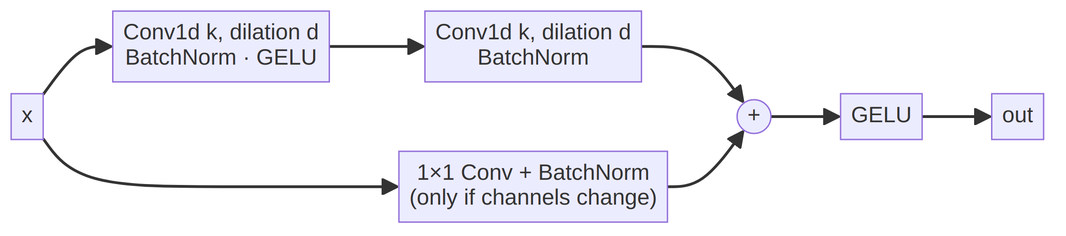
Chethan616/xai keeps this Mermaid diagram as docs/diagrams/residual_block.png. Above is the earlier version. Its source is kept beside it as docs/diagrams/residual_block.mmd.
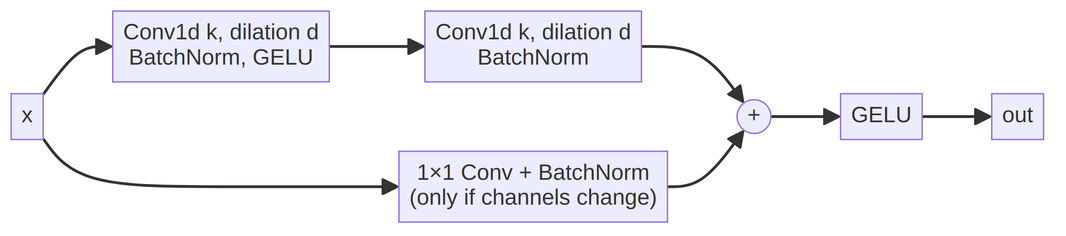
The same file after the commit.

Change to the diagram source:
```diff
@@ -1,3 +1,3 @@
 flowchart LR
-    x["x"] --> c1["Conv1d k, dilation d<br/>BatchNorm · GELU"] --> c2["Conv1d k, dilation d<br/>BatchNorm"] --> add(("+")) --> g["GELU"] --> y["out"]
+    x["x"] --> c1["Conv1d k, dilation d<br/>BatchNorm, GELU"] --> c2["Conv1d k, dilation d<br/>BatchNorm"] --> add(("+")) --> g["GELU"] --> y["out"]
     x --> sk["1×1 Conv + BatchNorm<br/>(only if channels change)"] --> add
```
